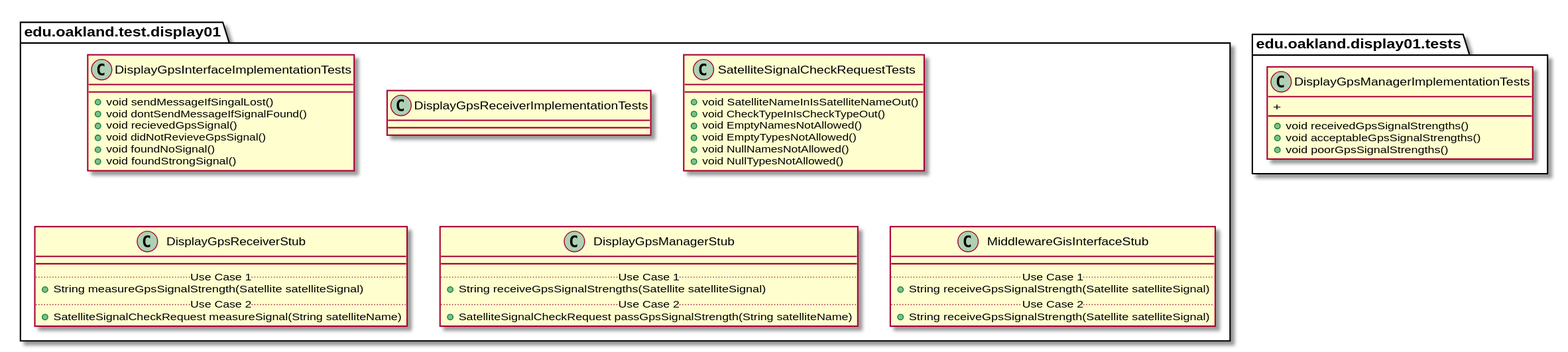
andrewdimmer/csi-3370-software-project keeps this PlantUML diagram as docs/uml-class-diagrams/display01/test/Display01TestPackage.svg. Above is the earlier version. The source it was exported from:
```plantuml
@startuml Display01TestPackage

package edu.oakland.test.display01 {

}


package edu.oakland.test.display01 {
    class DisplayGpsInterfaceImplementationTests {
      + void sendMessageIfSingalLost()
      + void dontSendMessageIfSignalFound()
      + void recievedGpsSignal()
      + void didNotRevieveGpsSignal()
      + void foundNoSignal()
      + void foundStrongSignal()
    }
}


package edu.oakland.test.display01 {
    class DisplayGpsReceiverImplementationTests {

    }
}


package edu.oakland.display01.tests {
    class DisplayGpsManagerImplementationTests {
        + void receivedGpsSignalStrengths()
        + void acceptableGpsSignalStrengths()
        + void poorGpsSignalStrengths()
        +
    }
}


package edu.oakland.test.display01 {
  class SatelliteSignalCheckRequestTests {
    + void SatelliteNameInIsSatelliteNameOut()
    + void CheckTypeInIsCheckTypeOut()
    + void EmptyNamesNotAllowed()
    + void EmptyTypesNotAllowed()
    + void NullNamesNotAllowed()
    + void NullTypesNotAllowed()
  }
}


package edu.oakland.test.display01 {
    class DisplayGpsReceiverStub {
        __
        .. Use Case 1 ..
        + String measureGpsSignalStrength(Satellite satelliteSignal)
        .. Use Case 2 ..
        + SatelliteSignalCheckRequest measureSignal(String satelliteName)
    }
}


package edu.oakland.test.display01 {
    class DisplayGpsManagerStub {
        __
        .. Use Case 1 ..
        + String receiveGpsSignalStrengths(Satellite satelliteSignal)
        .. Use Case 2 ..
        + SatelliteSignalCheckRequest passGpsSignalStrength(String satelliteName)
    }
}


package edu.oakland.test.display01 {
    class MiddlewareGisInterfaceStub {
        __
        .. Use Case 1 ..
        + String receiveGpsSignalStrength(Satellite satelliteSignal)
        .. Use Case 2 ..
        + String receiveGpsSignalStrength(Satellite satelliteSignal)
    }
}


@enduml
```
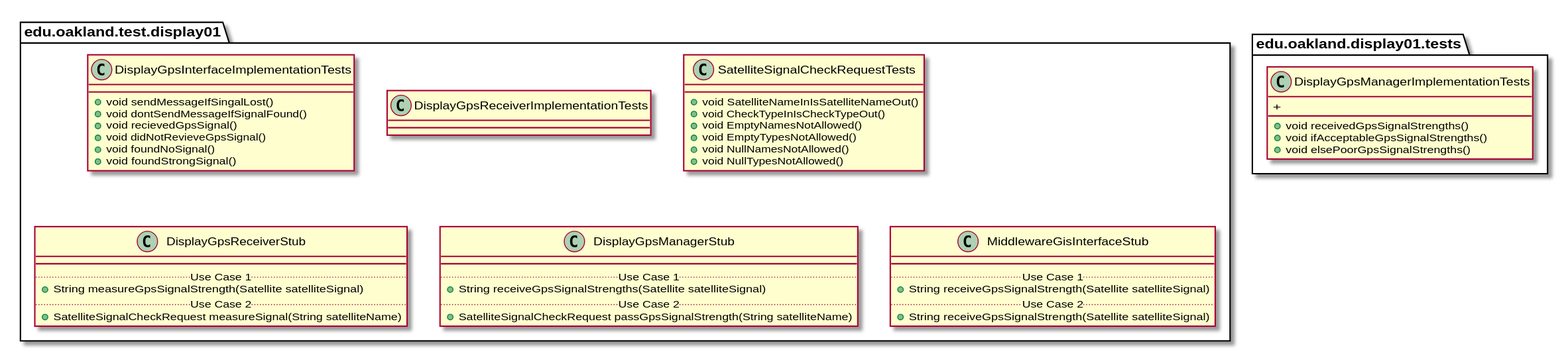
Later version of the same file.

The edit, as a diff of the source:
```diff
@@ -27,8 +27,8 @@
 package edu.oakland.display01.tests {
     class DisplayGpsManagerImplementationTests {
         + void receivedGpsSignalStrengths()
-        + void acceptableGpsSignalStrengths()
-        + void poorGpsSignalStrengths()
+        + void ifAcceptableGpsSignalStrengths()
+        + void elsePoorGpsSignalStrengths()
         +
     }
 }
```
